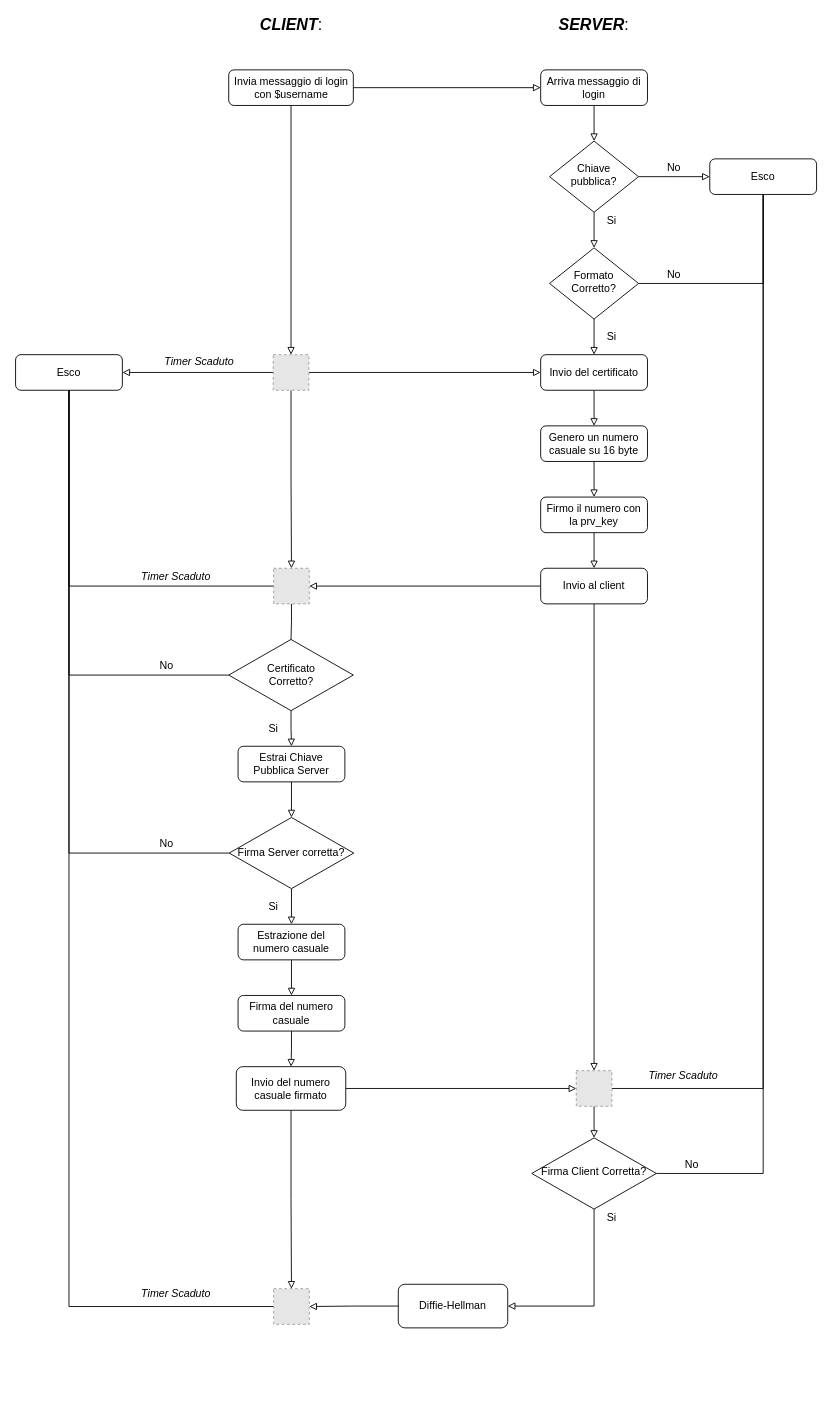
Before: docs/loginProtocol.drawio in rafnocerino/Secure_4_inArow, a draw.io diagram. Source tidied: cells renumbered, new cells numbered last; positions are measured from the earlier drawing's top-left corner, leaving out a move shared by most shapes. Both pictures are drawn from the tidied source at 89%, with x=0, y=0 at pixel (15, 16). Pictures stored in the file or linked from it are replaced by grey dashed boxes.
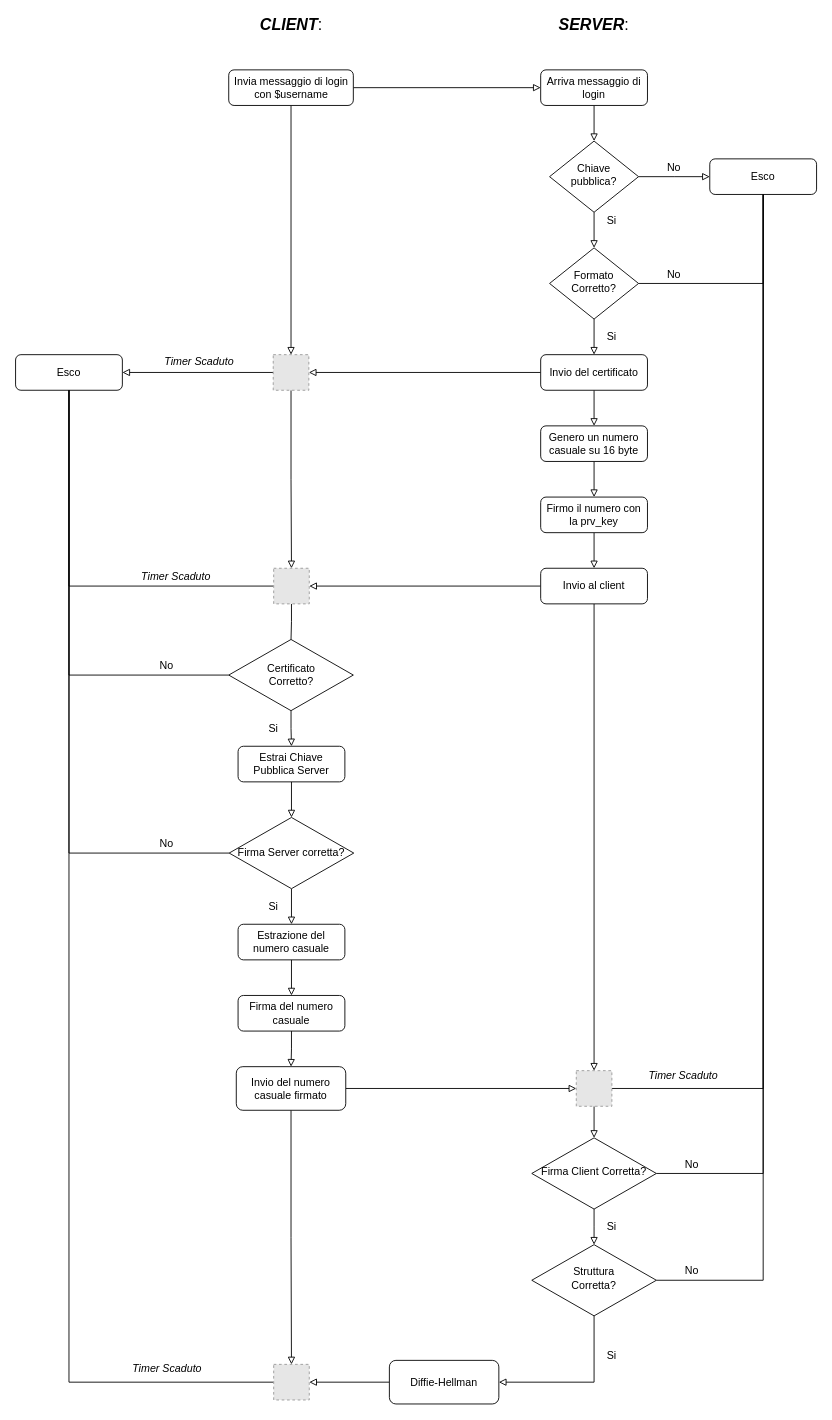
Above is the later version.

Unchanged cells that the change refers to:
```xml
<mxCell id="9" value="Invio del certificato" style="rounded=1;whiteSpace=wrap;html=1;fontSize=12;glass=0;strokeWidth=1;shadow=0;" parent="1" vertex="1">
  <mxGeometry x="590" y="380" width="120" height="40" as="geometry" />
</mxCell>
<mxCell id="27" value="Esco" style="rounded=1;whiteSpace=wrap;html=1;fontSize=12;glass=0;strokeWidth=1;shadow=0;" parent="1" vertex="1">
  <mxGeometry x="780" y="160" width="120" height="40" as="geometry" />
</mxCell>
<mxCell id="31" style="fillColor=#E6E6E6;strokeColor=#999999;dashed=1;html=1;verticalAlign=top;verticalLabelPosition=bottom;labelBackgroundColor=#ffffff;" parent="1" vertex="1">
  <mxGeometry x="289.5" y="380" width="40" height="40" as="geometry" />
</mxCell>
<mxCell id="59" value="Firma Client Corretta?" style="rhombus;whiteSpace=wrap;html=1;shadow=0;fontFamily=Helvetica;fontSize=12;align=center;strokeWidth=1;spacing=6;spacingTop=-4;" parent="1" vertex="1">
  <mxGeometry x="580" y="1260" width="140" height="80" as="geometry" />
</mxCell>
```

The edit, as a diff of the source:
```diff
@@
-    <mxCell id="8" style="edgeStyle=orthogonalEdgeStyle;rounded=0;jettySize=auto;html=1;exitX=0;exitY=0.5;exitDx=0;exitDy=0;startArrow=block;startFill=0;endArrow=none;endFill=0;entryX=1;entryY=0.5;entryDx=0;entryDy=0;" parent="1" edge="1" source="9" target="31">
+    <mxCell id="8" style="edgeStyle=orthogonalEdgeStyle;rounded=0;jettySize=auto;html=1;exitX=0;exitY=0.5;exitDx=0;exitDy=0;startArrow=none;startFill=0;endArrow=block;endFill=0;entryX=1;entryY=0.5;entryDx=0;entryDy=0;" parent="1" edge="1" source="9" target="31">
       <mxGeometry relative="1" as="geometry" />
     </mxCell>
@@
-    <mxCell id="58" style="edgeStyle=orthogonalEdgeStyle;rounded=0;jettySize=auto;html=1;exitX=0.5;exitY=1;exitDx=0;exitDy=0;startArrow=none;startFill=0;endArrow=block;endFill=0;entryX=1;entryY=0.5;entryDx=0;entryDy=0;" parent="1" edge="1" source="59" target="70">
+    <mxCell id="58" style="edgeStyle=orthogonalEdgeStyle;rounded=0;jettySize=auto;html=1;startArrow=none;startFill=0;endArrow=block;endFill=0;entryX=1;entryY=0.5;entryDx=0;entryDy=0;exitX=0.5;exitY=1;exitDx=0;exitDy=0;" parent="1" edge="1" source="74" target="70">
       <mxGeometry relative="1" as="geometry" />
     </mxCell>
+    <mxCell id="72" style="edgeStyle=orthogonalEdgeStyle;rounded=0;jettySize=auto;html=1;startArrow=none;startFill=0;endArrow=block;endFill=0;" parent="1" edge="1" source="59">
+      <mxGeometry relative="1" as="geometry">
+        <mxPoint x="650" y="1380" as="targetPoint" />
+      </mxGeometry>
+    </mxCell>
@@
     <mxCell id="61" style="fillColor=#E6E6E6;strokeColor=#999999;dashed=1;html=1;verticalAlign=top;verticalLabelPosition=bottom;labelBackgroundColor=#ffffff;" parent="1" vertex="1">
-      <mxGeometry x="290" y="1429.5" width="40" height="40" as="geometry" />
+      <mxGeometry x="290" y="1514.5" width="40" height="40" as="geometry" />
     </mxCell>
     <mxCell id="62" value="Si" style="text;html=1;strokeColor=none;fillColor=none;align=center;verticalAlign=middle;whiteSpace=wrap;rounded=0;" parent="1" vertex="1">
-      <mxGeometry x="650" y="1340" width="40" height="20" as="geometry" />
+      <mxGeometry x="650" y="1350" width="40" height="20" as="geometry" />
     </mxCell>
@@
     <mxCell id="70" value="Diffie-Hellman" style="rounded=1;whiteSpace=wrap;html=1;fontSize=12;glass=0;strokeWidth=1;shadow=0;" parent="1" vertex="1">
-      <mxGeometry x="430" y="1424.5" width="123" height="49" as="geometry" />
+      <mxGeometry x="420" y="1510" width="123" height="49" as="geometry" />
     </mxCell>
     <mxCell id="71" value="&lt;i&gt;Timer Scaduto&lt;/i&gt;" style="text;html=1;align=center;verticalAlign=middle;" parent="1" vertex="1">
-      <mxGeometry x="130" y="1424.5" width="100" height="20" as="geometry" />
+      <mxGeometry x="120" y="1510" width="100" height="20" as="geometry" />
     </mxCell>
+    <mxCell id="73" style="edgeStyle=orthogonalEdgeStyle;rounded=0;jettySize=auto;html=1;exitX=1;exitY=0.5;exitDx=0;exitDy=0;entryX=0.5;entryY=1;entryDx=0;entryDy=0;startArrow=none;startFill=0;endArrow=none;endFill=0;" parent="1" edge="1" source="74" target="27">
+      <mxGeometry relative="1" as="geometry" />
+    </mxCell>
+    <mxCell id="74" value="&lt;div&gt;Struttura&lt;/div&gt;&lt;div&gt;Corretta?&lt;/div&gt;" style="rhombus;whiteSpace=wrap;html=1;shadow=0;fontFamily=Helvetica;fontSize=12;align=center;strokeWidth=1;spacing=6;spacingTop=-4;" parent="1" vertex="1">
+      <mxGeometry x="580" y="1380" width="140" height="80" as="geometry" />
+    </mxCell>
+    <mxCell id="75" value="No" style="text;html=1;strokeColor=none;fillColor=none;align=center;verticalAlign=middle;whiteSpace=wrap;rounded=0;" parent="1" vertex="1">
+      <mxGeometry x="740" y="1400" width="40" height="20" as="geometry" />
+    </mxCell>
+    <mxCell id="76" value="Si" style="text;html=1;strokeColor=none;fillColor=none;align=center;verticalAlign=middle;whiteSpace=wrap;rounded=0;" parent="1" vertex="1">
+      <mxGeometry x="650" y="1494.5" width="40" height="20" as="geometry" />
+    </mxCell>
```
